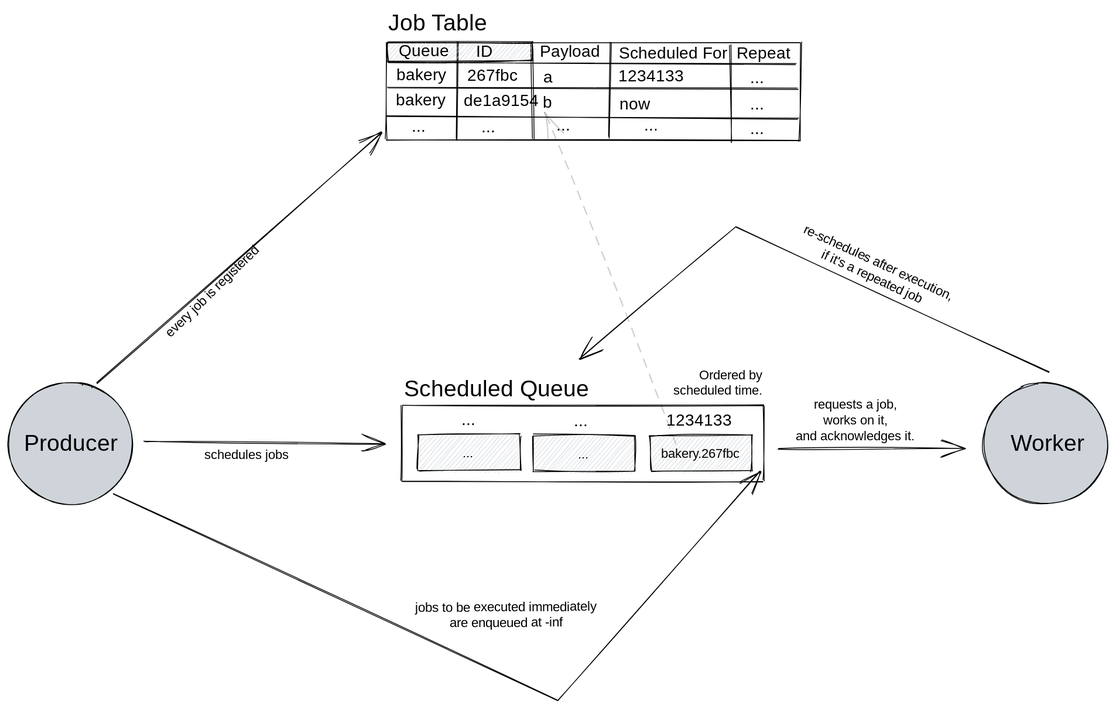
Before: Owl Architecture.svg, a diagram exported from Excalidraw (quirrel-dev/owl). Source tidied: one line per element, renumbered; positions are measured from the earlier drawing's top-left corner, leaving out a move shared by most shapes.
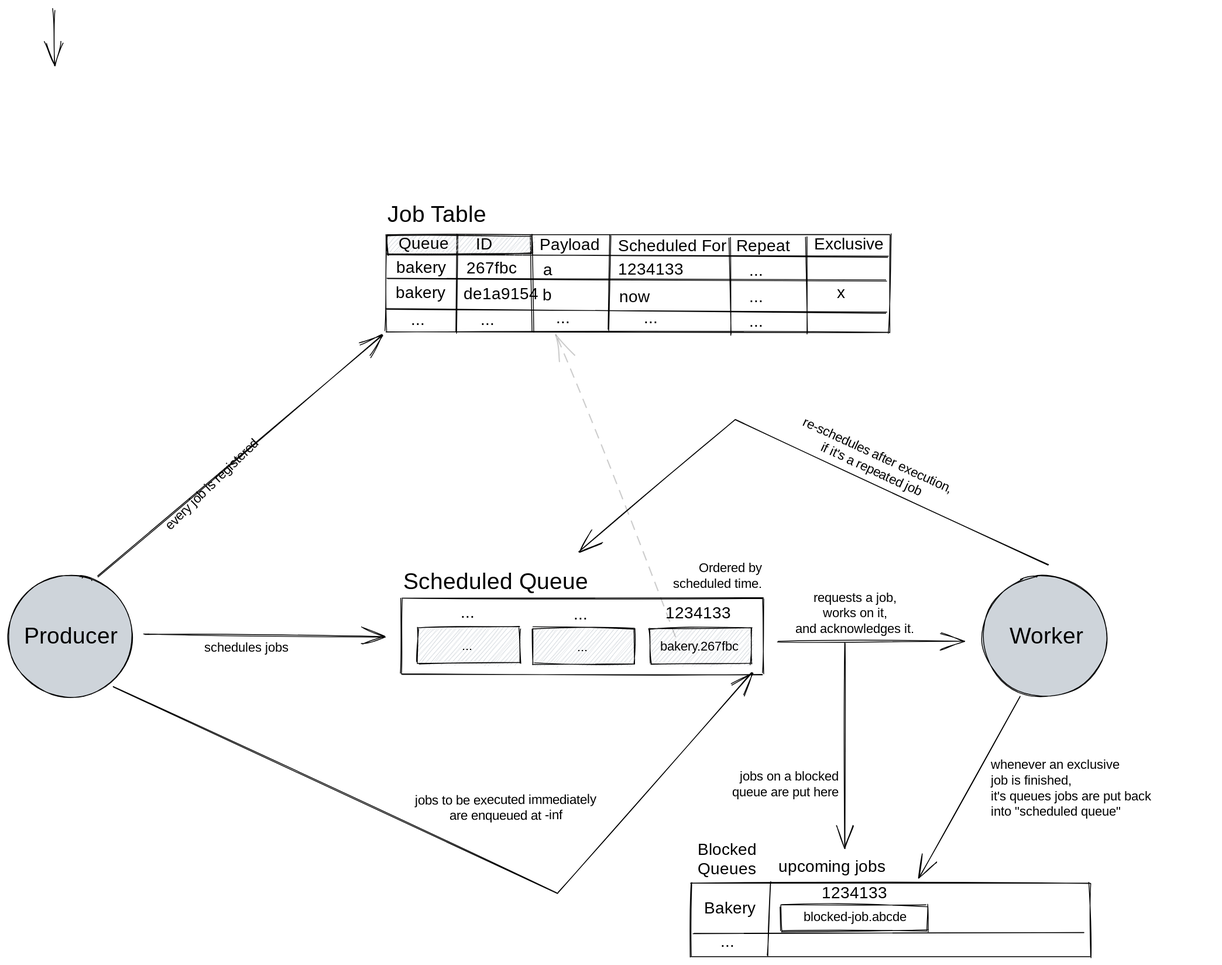
After the commit.

Commit message:
Update Architecture Diagram

What changed in the source:
```diff
@@ -1,6 +1,6 @@
 {"id": 0, "type": "rectangle", "strokeColor": "#000000", "strokeWidth": 1, "roughness": 1, "x": 480, "y": 485, "width": 441, "height": 93}
-{"id": 1, "type": "rectangle", "strokeColor": "#000000", "strokeWidth": 1, "roughness": 1, "x": 461, "y": 42, "width": 505, "height": 119}
+{"id": 1, "type": "rectangle", "strokeColor": "#000000", "strokeWidth": 1, "roughness": 1, "x": 461, "y": 41, "width": 615, "height": 119}
-{"id": 2, "type": "line", "strokeColor": "#000000", "strokeWidth": 1, "roughness": 1, "x": 463, "y": 66, "width": 499, "height": 2, "points": [[0, 0], [499, 2]]}
+{"id": 2, "type": "line", "strokeColor": "#000000", "strokeWidth": 1, "roughness": 1, "x": 463, "y": 65, "width": 612, "height": 3, "points": [[0, 0], [612, 3]]}
 {"id": 3, "type": "line", "strokeColor": "#000000", "strokeWidth": 1, "roughness": 1, "x": 549, "y": 41, "width": 2, "height": 120, "points": [[0, 0], [-2, 120]]}
 {"id": 4, "type": "line", "strokeColor": "#000000", "strokeWidth": 1, "roughness": 1, "x": 638, "y": 41, "width": 3, "height": 120, "points": [[0, 0], [3, 120]]}
 {"id": 5, "type": "rectangle", "strokeColor": "#000000", "backgroundColor": "#ced4da", "fillStyle": "hachure", "strokeWidth": 1, "roughness": 1, "x": 463, "y": 42, "width": 177, "height": 23}
@@ -12,9 +12,9 @@
 {"id": 11, "type": "text", "text": "bakery", "strokeColor": "#000000", "backgroundColor": "#ced4da", "fillStyle": "hachure", "strokeWidth": 1, "roughness": 1, "fontSize": 20, "fontFamily": 1, "x": 473, "y": 100, "width": 64, "height": 25}
 {"id": 12, "type": "text", "text": "267fbc", "strokeColor": "#000000", "backgroundColor": "#ced4da", "fillStyle": "hachure", "strokeWidth": 1, "roughness": 1, "fontSize": 20, "fontFamily": 1, "x": 560, "y": 70, "width": 62, "height": 25}
 {"id": 13, "type": "text", "text": "de1a9154", "strokeColor": "#000000", "backgroundColor": "#ced4da", "fillStyle": "hachure", "strokeWidth": 1, "roughness": 1, "fontSize": 20, "fontFamily": 1, "x": 556, "y": 102, "width": 80, "height": 25}
-{"id": 14, "type": "line", "strokeColor": "#000000", "backgroundColor": "#ced4da", "fillStyle": "hachure", "strokeWidth": 1, "roughness": 1, "x": 462, "y": 96, "width": 503, "height": 2, "points": [[0, 0], [503, 2]]}
+{"id": 14, "type": "line", "strokeColor": "#000000", "backgroundColor": "#ced4da", "fillStyle": "hachure", "strokeWidth": 1, "roughness": 1, "x": 462, "y": 94, "width": 611, "height": 3, "points": [[0, 0], [611, 3]]}
 {"id": 15, "type": "text", "text": "...", "strokeColor": "#000000", "backgroundColor": "#ced4da", "fillStyle": "hachure", "strokeWidth": 1, "roughness": 1, "fontSize": 20, "fontFamily": 1, "x": 492, "y": 133, "width": 16, "height": 25}
-{"id": 16, "type": "line", "strokeColor": "#000000", "strokeWidth": 1, "roughness": 1, "x": 461, "y": 132, "width": 504, "height": 2, "points": [[0, 0], [504, 2]]}
+{"id": 16, "type": "line", "strokeColor": "#000000", "strokeWidth": 1, "roughness": 1, "x": 461, "y": 132, "width": 612, "height": 3, "points": [[0, 0], [612, 3]]}
 {"id": 17, "type": "text", "text": "a", "strokeColor": "#000000", "backgroundColor": "#ced4da", "fillStyle": "hachure", "strokeWidth": 1, "roughness": 1, "fontSize": 20, "fontFamily": 1, "x": 653, "y": 72, "width": 13, "height": 25}
 {"id": 18, "type": "text", "text": "b", "strokeColor": "#000000", "backgroundColor": "#ced4da", "fillStyle": "hachure", "strokeWidth": 1, "roughness": 1, "fontSize": 20, "fontFamily": 1, "x": 652, "y": 104, "width": 10, "height": 25}
 {"id": 19, "type": "text", "text": "Repeat", "strokeColor": "#000000", "strokeWidth": 1, "roughness": 1, "fontSize": 20, "fontFamily": 1, "x": 889, "y": 44, "width": 72, "height": 25}
@@ -28,17 +28,17 @@
 {"id": 27, "type": "text", "text": "...", "strokeColor": "#000000", "backgroundColor": "#ced4da", "fillStyle": "hachure", "strokeWidth": 1, "roughness": 1, "fontSize": 20, "fontFamily": 1, "x": 905, "y": 74, "width": 16, "height": 25}
 {"id": 28, "type": "text", "text": "...", "strokeColor": "#000000", "backgroundColor": "#ced4da", "fillStyle": "hachure", "strokeWidth": 1, "roughness": 1, "fontSize": 20, "fontFamily": 1, "x": 905, "y": 106, "width": 16, "height": 25}
 {"id": 29, "type": "text", "text": "...", "strokeColor": "#000000", "backgroundColor": "#ced4da", "fillStyle": "hachure", "strokeWidth": 1, "roughness": 1, "fontSize": 20, "fontFamily": 1, "x": 905, "y": 136, "width": 16, "height": 25}
-{"id": 30, "type": "text", "text": "Job Table", "strokeColor": "#000000", "backgroundColor": "#ced4da", "fillStyle": "hachure", "strokeWidth": 1, "roughness": 1, "fontSize": 28, "fontFamily": 3, "x": 464, "y": 0, "width": 148, "height": 34}
+{"id": 30, "type": "text", "text": "Job Table", "strokeColor": "#000000", "backgroundColor": "#ced4da", "fillStyle": "hachure", "strokeWidth": 1, "roughness": 1, "fontSize": 28, "fontFamily": 3, "x": 463, "y": -1, "width": 148, "height": 34}
 {"id": 31, "type": "text", "text": "Scheduled Queue", "strokeColor": "#000000", "backgroundColor": "#ced4da", "fillStyle": "hachure", "strokeWidth": 1, "roughness": 1, "fontSize": 28, "fontFamily": 3, "x": 482, "y": 447, "width": 246, "height": 34}
 {"id": 32, "type": "text", "text": "Ordered by\nscheduled time.", "strokeColor": "#000000", "backgroundColor": "#ced4da", "fillStyle": "hachure", "strokeWidth": 1, "roughness": 1, "fontSize": 16, "fontFamily": 3, "textAlign": "right", "x": 779, "y": 438, "width": 141, "height": 38}
 {"id": 33, "type": "rectangle", "strokeColor": "#000000", "backgroundColor": "#ced4da", "fillStyle": "hachure", "strokeWidth": 1, "roughness": 1, "x": 783, "y": 521, "width": 124, "height": 44}
 {"id": 34, "type": "text", "text": "bakery.267fbc", "strokeColor": "#000000", "backgroundColor": "#ced4da", "fillStyle": "hachure", "strokeWidth": 1, "roughness": 1, "fontSize": 16, "fontFamily": 1, "textAlign": "center", "x": 792, "y": 535, "width": 104, "height": 20}
 {"id": 35, "type": "text", "text": "1234133", "strokeColor": "#000000", "backgroundColor": "#ced4da", "fillStyle": "hachure", "strokeWidth": 1, "roughness": 1, "fontSize": 20, "fontFamily": 1, "x": 802, "y": 491, "width": 78, "height": 25}
-{"id": 36, "type": "arrow", "strokeColor": "#000000", "backgroundColor": "#ced4da", "fillStyle": "hachure", "strokeWidth": 1, "strokeStyle": "dashed", "roughness": 2, "opacity": 20, "from": 34, "to": 18, "x": 814, "y": 532, "width": 157, "height": 400, "points": [[0, 0], [-157, -400]]}
+{"id": 36, "type": "arrow", "strokeColor": "#000000", "backgroundColor": "#ced4da", "fillStyle": "hachure", "strokeWidth": 1, "strokeStyle": "dashed", "roughness": 2, "opacity": 20, "from": 34, "to": 25, "x": 814, "y": 532, "width": 143, "height": 364, "points": [[0, 0], [-143, -364]]}
 {"id": 37, "type": "ellipse", "strokeColor": "#000000", "backgroundColor": "#ced4da", "fillStyle": "solid", "strokeWidth": 1, "roughness": 1, "x": 0, "y": 457, "width": 152, "height": 148}
 {"id": 38, "type": "text", "text": "Producer", "strokeColor": "#000000", "backgroundColor": "#ced4da", "fillStyle": "solid", "strokeWidth": 1, "roughness": 1, "fontSize": 28, "fontFamily": 3, "textAlign": "center", "verticalAlign": "middle", "x": 11, "y": 513, "width": 131, "height": 34}
 {"id": 39, "type": "text", "text": "every job is registered", "strokeColor": "#000000", "angle": 5.51, "backgroundColor": "#ced4da", "fillStyle": "hachure", "strokeWidth": 1, "roughness": 1, "fontSize": 16, "fontFamily": 3, "textAlign": "right", "x": 117, "y": 358, "width": 216, "height": 19}
-{"id": 40, "type": "arrow", "strokeColor": "#000000", "backgroundColor": "#ced4da", "fillStyle": "solid", "strokeWidth": 1, "roughness": 1, "from": 37, "to": 1, "x": 108, "y": 458, "width": 348, "height": 306, "points": [[0, 0], [348, -306]]}
+{"id": 40, "type": "arrow", "strokeColor": "#000000", "backgroundColor": "#ced4da", "fillStyle": "solid", "strokeWidth": 1, "roughness": 1, "from": 37, "to": 1, "x": 109, "y": 458, "width": 348, "height": 294, "points": [[0, 0], [348, -294]]}
 {"id": 41, "type": "arrow", "strokeColor": "#000000", "backgroundColor": "#ced4da", "fillStyle": "solid", "strokeWidth": 1, "roughness": 1, "from": 37, "to": 0, "x": 165, "y": 529, "width": 295, "height": 3, "points": [[0, 0], [295, 3]]}
 {"id": 42, "type": "text", "text": "schedules jobs", "strokeColor": "#000000", "backgroundColor": "#ced4da", "fillStyle": "hachure", "strokeWidth": 1, "roughness": 1, "fontSize": 16, "fontFamily": 3, "textAlign": "center", "x": 225, "y": 535, "width": 131, "height": 19}
 {"id": 43, "type": "text", "text": "jobs to be executed immediately\nare enqueued at -inf", "strokeColor": "#000000", "angle": 6.28, "backgroundColor": "#ced4da", "fillStyle": "hachure", "strokeWidth": 1, "roughness": 1, "fontSize": 16, "fontFamily": 3, "textAlign": "center", "x": 462, "y": 721, "width": 291, "height": 38}
@@ -51,7 +51,25 @@
 {"id": 50, "type": "ellipse", "strokeColor": "#000000", "backgroundColor": "#ced4da", "fillStyle": "solid", "strokeWidth": 1, "roughness": 1, "x": 1189, "y": 457, "width": 152, "height": 148}
 {"id": 51, "type": "text", "text": "Worker", "strokeColor": "#000000", "backgroundColor": "#ced4da", "fillStyle": "solid", "strokeWidth": 1, "roughness": 1, "fontSize": 28, "fontFamily": 3, "textAlign": "center", "verticalAlign": "middle", "x": 1218, "y": 513, "width": 98, "height": 34}
 {"id": 52, "type": "arrow", "strokeColor": "#000000", "backgroundColor": "#ced4da", "fillStyle": "solid", "strokeWidth": 1, "roughness": 1, "from": 0, "to": 50, "x": 939, "y": 537, "width": 227, "height": 0, "points": [[0, 0], [227, 0]]}
-{"id": 53, "type": "arrow", "strokeColor": "#000000", "backgroundColor": "#ced4da", "fillStyle": "solid", "strokeWidth": 1, "roughness": 1, "x": 128, "y": 592, "width": 790, "height": 281, "points": [[0, 0], [543, 252], [790, -28]]}
+{"id": 53, "type": "arrow", "strokeColor": "#000000", "backgroundColor": "#ced4da", "fillStyle": "solid", "strokeWidth": 1, "roughness": 1, "to": 33, "x": 128, "y": 592, "width": 780, "height": 270, "points": [[0, 0], [543, 252], [780, -18]]}
 {"id": 54, "type": "text", "text": "requests a job,\nworks on it,\nand acknowledges it.", "strokeColor": "#000000", "backgroundColor": "#ced4da", "fillStyle": "solid", "strokeWidth": 1, "roughness": 1, "fontSize": 16, "fontFamily": 3, "textAlign": "center", "x": 939, "y": 474, "width": 188, "height": 57}
 {"id": 55, "type": "arrow", "strokeColor": "#000000", "backgroundColor": "#ced4da", "fillStyle": "solid", "strokeWidth": 1, "roughness": 1, "from": 50, "x": 1269, "y": 445, "width": 573, "height": 178, "points": [[0, 0], [-382, -178], [-573, -16]]}
 {"id": 56, "type": "text", "text": "re-schedules after execution,\nif it's a repeated job", "strokeColor": "#000000", "angle": 0.43, "backgroundColor": "#ced4da", "fillStyle": "solid", "strokeWidth": 1, "roughness": 1, "fontSize": 16, "fontFamily": 3, "textAlign": "center", "x": 922, "y": 300, "width": 272, "height": 38}
+{"id": 57, "type": "rectangle", "strokeColor": "#000000", "strokeWidth": 1, "roughness": 1, "x": 833, "y": 832, "width": 488, "height": 90}
+{"id": 58, "type": "text", "text": "Blocked\nQueues", "strokeColor": "#000000", "backgroundColor": "#ced4da", "fillStyle": "hachure", "strokeWidth": 1, "roughness": 1, "fontSize": 20, "fontFamily": 3, "x": 841, "y": 779, "width": 82, "height": 48}
+{"id": 59, "type": "line", "strokeColor": "#000000", "strokeWidth": 1, "roughness": 1, "x": 974, "y": 43, "width": 1, "height": 118, "points": [[0, 0], [1, 118]]}
+{"id": 60, "type": "text", "text": "Exclusive", "strokeColor": "#000000", "strokeWidth": 1, "roughness": 1, "fontSize": 20, "fontFamily": 1, "x": 984, "y": 41, "width": 85, "height": 25}
+{"id": 61, "type": "text", "text": "x", "strokeColor": "#000000", "strokeWidth": 1, "roughness": 1, "fontSize": 20, "fontFamily": 1, "x": 1012, "y": 100, "width": 11, "height": 25}
+{"id": 62, "type": "arrow", "strokeColor": "#000000", "backgroundColor": "#ced4da", "fillStyle": "solid", "strokeWidth": 1, "roughness": 1, "from": 54, "to": 71, "x": 1021, "y": 539, "width": 0, "height": 251, "points": [[0, 0], [0, 251]]}
+{"id": 63, "type": "text", "text": "Bakery", "strokeColor": "#000000", "backgroundColor": "#ced4da", "fillStyle": "solid", "strokeWidth": 1, "roughness": 1, "fontSize": 20.13, "fontFamily": 3, "textAlign": "center", "verticalAlign": "middle", "x": 846, "y": 850, "width": 70, "height": 24}
+{"id": 64, "type": "line", "strokeColor": "#000000", "strokeWidth": 1, "roughness": 1, "x": 931, "y": 831, "width": 3, "height": 91, "points": [[0, 0], [-3, 91]]}
+{"id": 65, "type": "line", "strokeColor": "#000000", "strokeWidth": 1, "roughness": 1, "x": 1314, "y": 893, "width": 478, "height": 1, "points": [[0, 0], [-478, 1]]}
+{"id": 66, "type": "text", "text": "...", "strokeColor": "#000000", "backgroundColor": "#ced4da", "fillStyle": "solid", "strokeWidth": 1, "roughness": 1, "fontSize": 20.13, "fontFamily": 3, "textAlign": "center", "x": 861, "y": 891, "width": 35, "height": 24}
+{"id": 67, "type": "rectangle", "strokeColor": "#000000", "strokeWidth": 1, "roughness": 1, "x": 944, "y": 859, "width": 178, "height": 31}
+{"id": 68, "type": "text", "text": "blocked-job.abcde", "strokeColor": "#000000", "strokeWidth": 1, "roughness": 1, "fontSize": 16, "fontFamily": 3, "textAlign": "center", "verticalAlign": "middle", "x": 954, "y": 864, "width": 159, "height": 19}
+{"id": 69, "type": "text", "text": "jobs on a blocked\nqueue are put here", "strokeColor": "#000000", "strokeWidth": 1, "roughness": 1, "fontSize": 16, "fontFamily": 3, "textAlign": "right", "x": 845, "y": 692, "width": 169, "height": 38}
+{"id": 70, "type": "arrow", "strokeColor": "#000000", "strokeWidth": 1, "roughness": 1, "from": 50, "x": 56, "y": -233, "width": 0, "height": 69, "points": [[0, 0], [0, 69]]}
+{"id": 71, "type": "text", "text": "upcoming jobs", "strokeColor": "#000000", "backgroundColor": "#ced4da", "fillStyle": "hachure", "strokeWidth": 1, "roughness": 1, "fontSize": 20, "fontFamily": 3, "x": 940, "y": 800, "width": 152, "height": 24}
+{"id": 72, "type": "text", "text": "1234133", "strokeColor": "#000000", "backgroundColor": "#ced4da", "fillStyle": "hachure", "strokeWidth": 1, "roughness": 1, "fontSize": 20, "fontFamily": 1, "x": 993, "y": 833, "width": 78, "height": 25}
+{"id": 73, "type": "arrow", "strokeColor": "#000000", "strokeWidth": 1, "roughness": 1, "from": 50, "to": 57, "x": 1236, "y": 604, "width": 124, "height": 222, "points": [[0, 0], [-124, 222]]}
+{"id": 74, "type": "text", "text": "whenever an exclusive\njob is finished,\nit's queues jobs are put back\ninto \"scheduled queue\"", "strokeColor": "#000000", "strokeWidth": 1, "roughness": 1, "fontSize": 16, "fontFamily": 3, "x": 1200, "y": 678, "width": 272, "height": 76}
```
